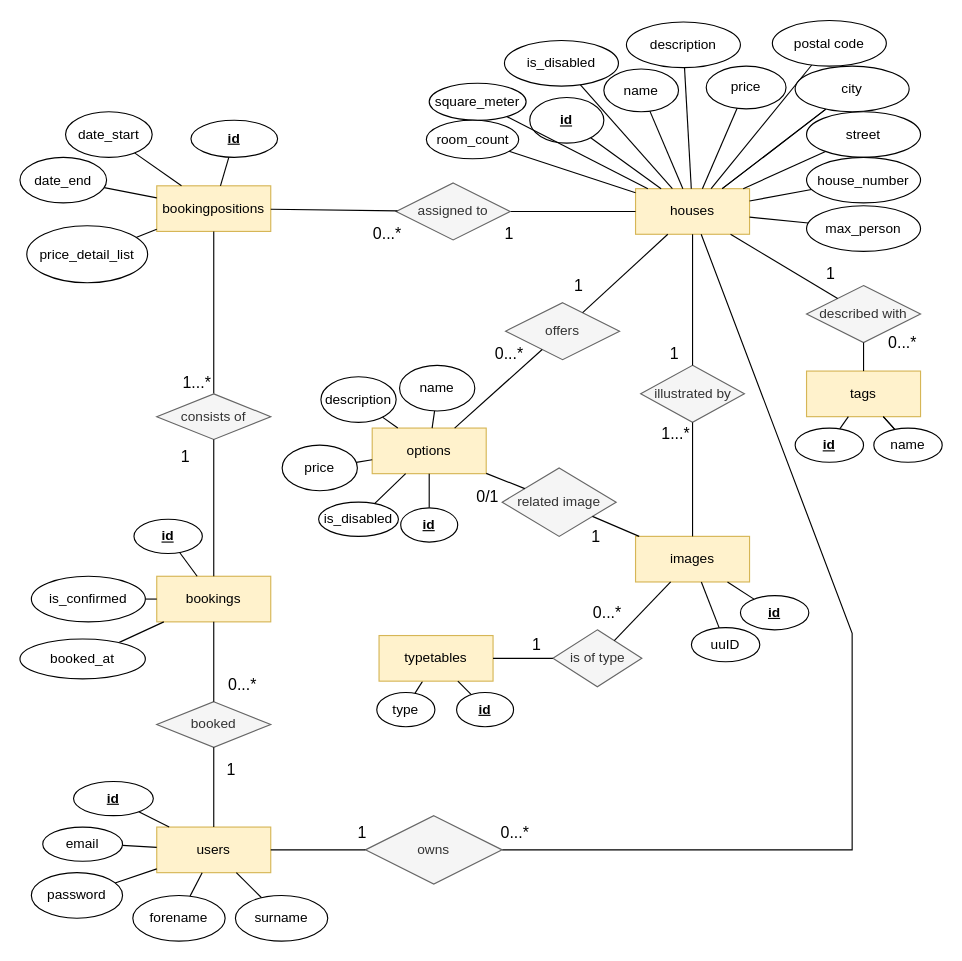
Before: database/ER-Diagram.drawio in eXtgmA/vacation_rental, a draw.io diagram. Source tidied: cells renumbered, new cells numbered last; positions are measured from the earlier drawing's top-left corner, leaving out a move shared by most shapes. Both pictures are drawn from the tidied source at 114%, with x=0, y=0 at pixel (19, 19).
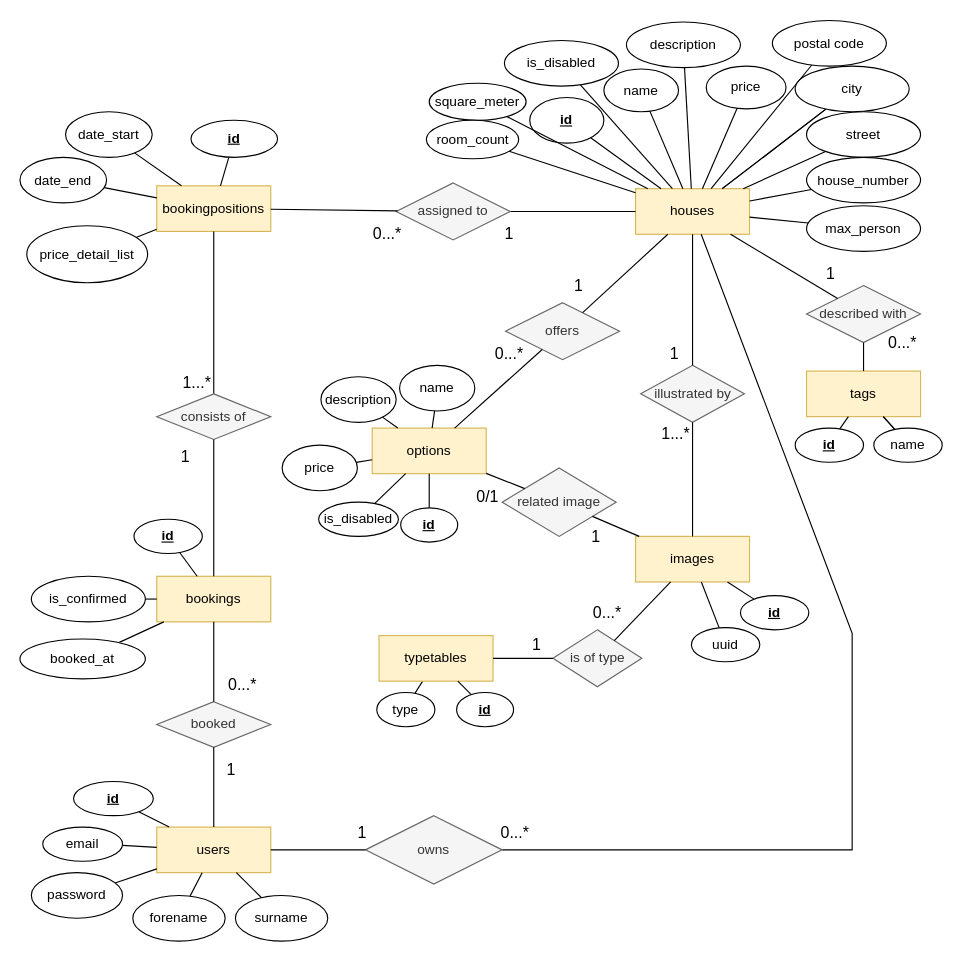
The same page after the edit.

Commit message (it also covers changes not shown here):
Correction to image attributes - change uuid name and size - set id to autoincrement

Change to the diagram source:
```diff
@@
-    <mxCell id="82" value="uuID" style="ellipse;whiteSpace=wrap;html=1;align=center;" parent="1" vertex="1">
+    <mxCell id="82" value="uuid" style="ellipse;whiteSpace=wrap;html=1;align=center;" parent="1" vertex="1">
       <mxGeometry x="589" y="533" width="60" height="30" as="geometry" />
     </mxCell>
```
